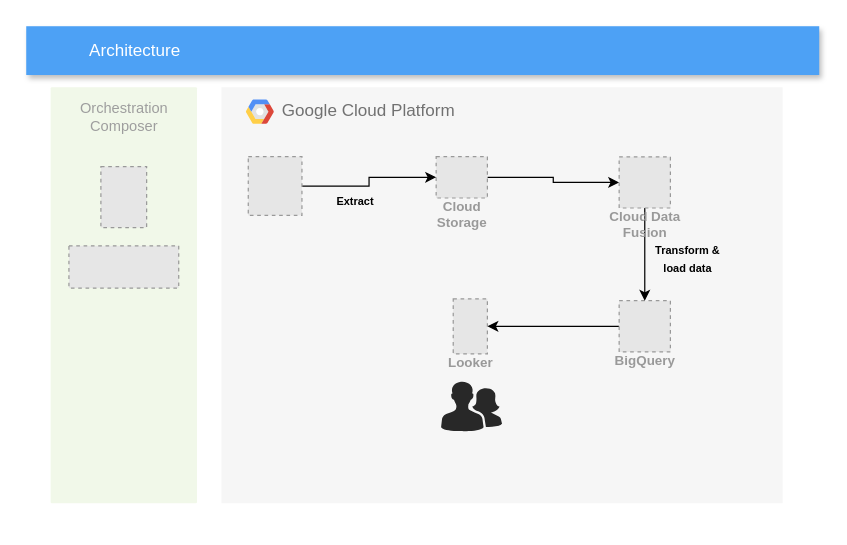
Before: 002_etl_data_fusion_airflow_bq/data_pipeline.drawio in url-github/data_pipeline_prj, a draw.io diagram. Source tidied: cells renumbered, new cells numbered last; positions are measured from the earlier drawing's top-left corner, leaving out a move shared by most shapes. Both pictures are drawn from the tidied source at 122%, with x=0, y=0 at pixel (26, 26). Pictures stored in the file or linked from it are replaced by grey dashed boxes.
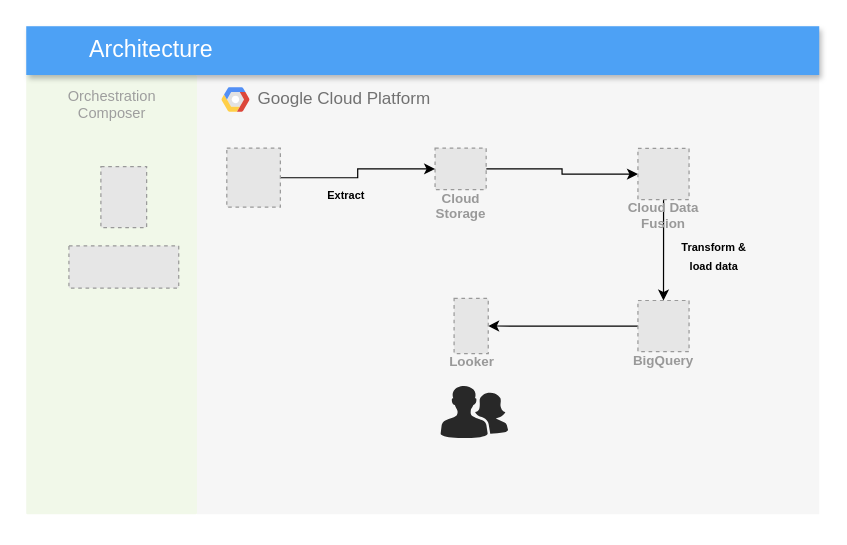
After the change.

Commit message (it also covers changes not shown here):
002_etl_data_fusion_airflow_bq

Change to the diagram source:
```diff
@@
     <mxCell id="2" value="&lt;span&gt;Google &lt;/span&gt;Cloud Platform" style="fillColor=#F6F6F6;strokeColor=none;shadow=0;gradientColor=none;fontSize=14;align=left;spacing=10;fontColor=#717171;9E9E9E;verticalAlign=top;spacingTop=-4;fontStyle=0;spacingLeft=40;html=1;horizontal=1;" parent="1" vertex="1">
-      <mxGeometry x="160" y="50" width="460" height="341" as="geometry" />
+      <mxGeometry x="140" y="40" width="510" height="360" as="geometry" />
     </mxCell>
@@
     <mxCell id="5" value="BigQuery" style="fillColor=#E6E6E6;strokeColor=#999999;dashed=1;html=1;verticalAlign=top;labelPosition=center;verticalLabelPosition=bottom;align=center;spacingTop=-6;fontSize=11;fontStyle=1;fontColor=#999999;" parent="2" vertex="1">
-      <mxGeometry x="326" y="175" width="42" height="42" as="geometry" />
+      <mxGeometry x="361.4" y="184.8" width="41.9" height="41.9" as="geometry" />
     </mxCell>
@@
     <mxCell id="7" value="Cloud&#10;Storage" style="fillColor=#E6E6E6;strokeColor=#999999;dashed=1;html=1;verticalAlign=top;labelPosition=center;verticalLabelPosition=bottom;align=center;spacingTop=-6;fontSize=11;fontStyle=1;fontColor=#999999;" parent="2" vertex="1">
-      <mxGeometry x="176" y="56.8" width="42" height="34" as="geometry" />
+      <mxGeometry x="195.1" y="60" width="41.9" height="34" as="geometry" />
     </mxCell>
@@
     <mxCell id="9" style="fillColor=#E6E6E6;strokeColor=#999999;dashed=1;verticalLabelPosition=bottom;labelBackgroundColor=default;verticalAlign=top;" parent="2" vertex="1">
-      <mxGeometry x="22" y="56.8" width="44" height="48.3" as="geometry" />
+      <mxGeometry x="24.4" y="60" width="43.9" height="48.3" as="geometry" />
     </mxCell>
@@
     <mxCell id="11" value="Cloud Data&#10;Fusion" style="fillColor=#E6E6E6;strokeColor=#999999;dashed=1;html=1;verticalAlign=top;labelPosition=center;verticalLabelPosition=bottom;align=center;spacingTop=-6;fontSize=11;fontStyle=1;fontColor=#999999;" parent="2" vertex="1">
-      <mxGeometry x="326" y="57" width="42" height="42" as="geometry" />
+      <mxGeometry x="361.4" y="60.2" width="41.9" height="41.9" as="geometry" />
     </mxCell>
     <mxCell id="12" value="Looker" style="fillColor=#E6E6E6;strokeColor=#999999;dashed=1;html=1;verticalAlign=top;labelPosition=center;verticalLabelPosition=bottom;align=center;spacingTop=-6;fontSize=11;fontStyle=1;fontColor=#999999;" parent="2" vertex="1">
-      <mxGeometry x="190" y="173.4" width="28" height="45.2" as="geometry" />
+      <mxGeometry x="210.7" y="183.1" width="28" height="45.2" as="geometry" />
     </mxCell>
     <mxCell id="13" style="verticalLabelPosition=bottom;sketch=0;html=1;fillColor=#282828;strokeColor=none;verticalAlign=top;align=center;shape=mxgraph.cisco_safe.people_places_things_icons.icon2;" parent="2" vertex="1">
-      <mxGeometry x="180" y="241" width="50" height="41" as="geometry" />
+      <mxGeometry x="199.6" y="254.4" width="55.4" height="43.3" as="geometry" />
     </mxCell>
     <mxCell id="14" value="&lt;font size=&quot;1&quot; style=&quot;&quot;&gt;&lt;b style=&quot;font-size: 9px;&quot;&gt;Extract&lt;/b&gt;&lt;/font&gt;" style="text;html=1;align=center;verticalAlign=middle;whiteSpace=wrap;rounded=0;" parent="2" vertex="1">
-      <mxGeometry x="80" y="83" width="60" height="20" as="geometry" />
+      <mxGeometry x="88.7" y="87.6" width="66.5" height="21.1" as="geometry" />
     </mxCell>
     <mxCell id="15" value="&lt;font size=&quot;1&quot; style=&quot;&quot;&gt;&lt;b style=&quot;font-size: 9px;&quot;&gt;Transform &amp;amp; load data&lt;/b&gt;&lt;/font&gt;" style="text;html=1;align=center;verticalAlign=middle;whiteSpace=wrap;rounded=0;" parent="2" vertex="1">
-      <mxGeometry x="350" y="130" width="65" height="20" as="geometry" />
+      <mxGeometry x="388" y="137.2" width="72.1" height="21.1" as="geometry" />
     </mxCell>
     <mxCell id="16" value="Orchestration&lt;div&gt;&lt;span style=&quot;background-color: initial;&quot;&gt;Composer&lt;/span&gt;&lt;/div&gt;" style="rounded=1;absoluteArcSize=1;arcSize=2;html=1;strokeColor=none;gradientColor=none;shadow=0;dashed=0;fontSize=12;fontColor=#9E9E9E;align=center;verticalAlign=top;spacing=10;spacingTop=-4;fillColor=#F1F8E9;" parent="1" vertex="1">
-      <mxGeometry x="20" y="50" width="120" height="341" as="geometry" />
+      <mxGeometry y="40" width="140" height="360" as="geometry" />
     </mxCell>
-    <mxCell id="17" value="Architecture" style="fillColor=#4DA1F5;strokeColor=none;shadow=1;gradientColor=none;fontSize=14;align=left;spacingLeft=50;fontColor=#ffffff;html=1;" parent="1" vertex="1">
+    <mxCell id="17" value="&lt;font style=&quot;font-size: 19px;&quot;&gt;Architecture&lt;/font&gt;" style="fillColor=#4DA1F5;strokeColor=none;shadow=1;gradientColor=none;fontSize=14;align=left;spacingLeft=50;fontColor=#ffffff;html=1;" parent="1" vertex="1">
       <mxGeometry width="650" height="40" as="geometry" />
     </mxCell>
@@
+    <mxCell id="20" style="edgeStyle=orthogonalEdgeStyle;rounded=0;orthogonalLoop=1;jettySize=auto;html=1;exitX=0.5;exitY=1;exitDx=0;exitDy=0;" parent="1" edge="1" source="2" target="2">
+      <mxGeometry relative="1" as="geometry" />
+    </mxCell>
```
